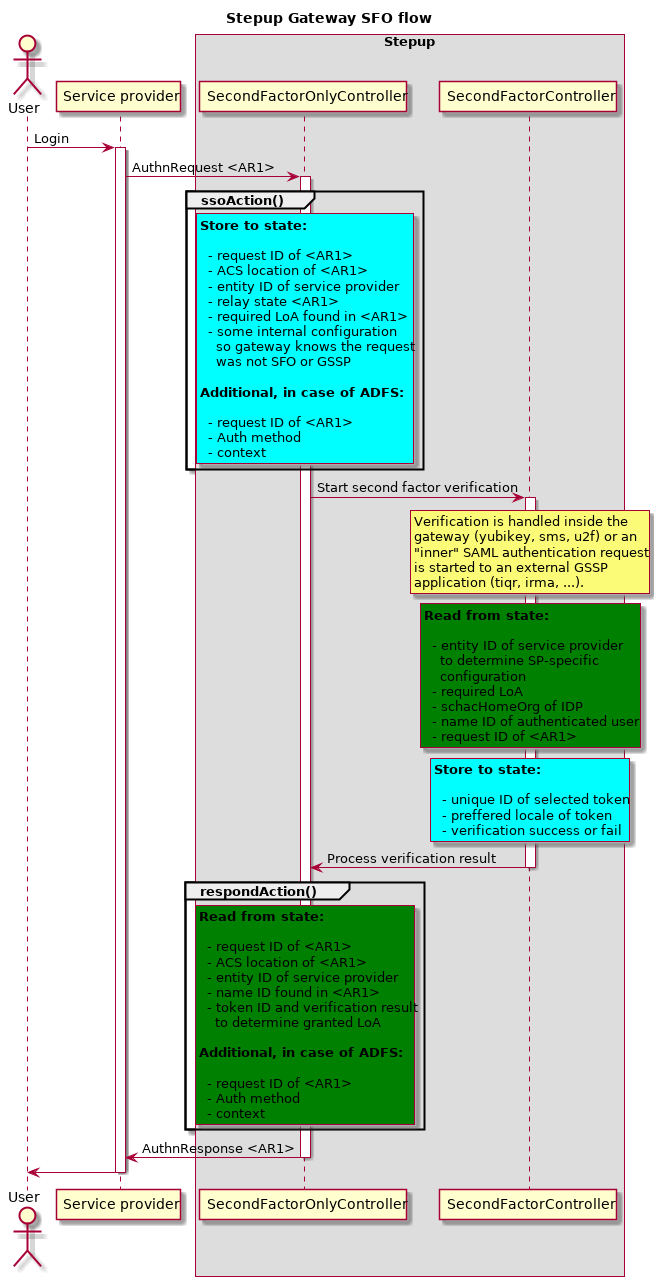
OpenConext/Stepup-Gateway keeps this PlantUML diagram as docs/diagrams/gateway-state-sfo-flow.png. Above is the earlier version.
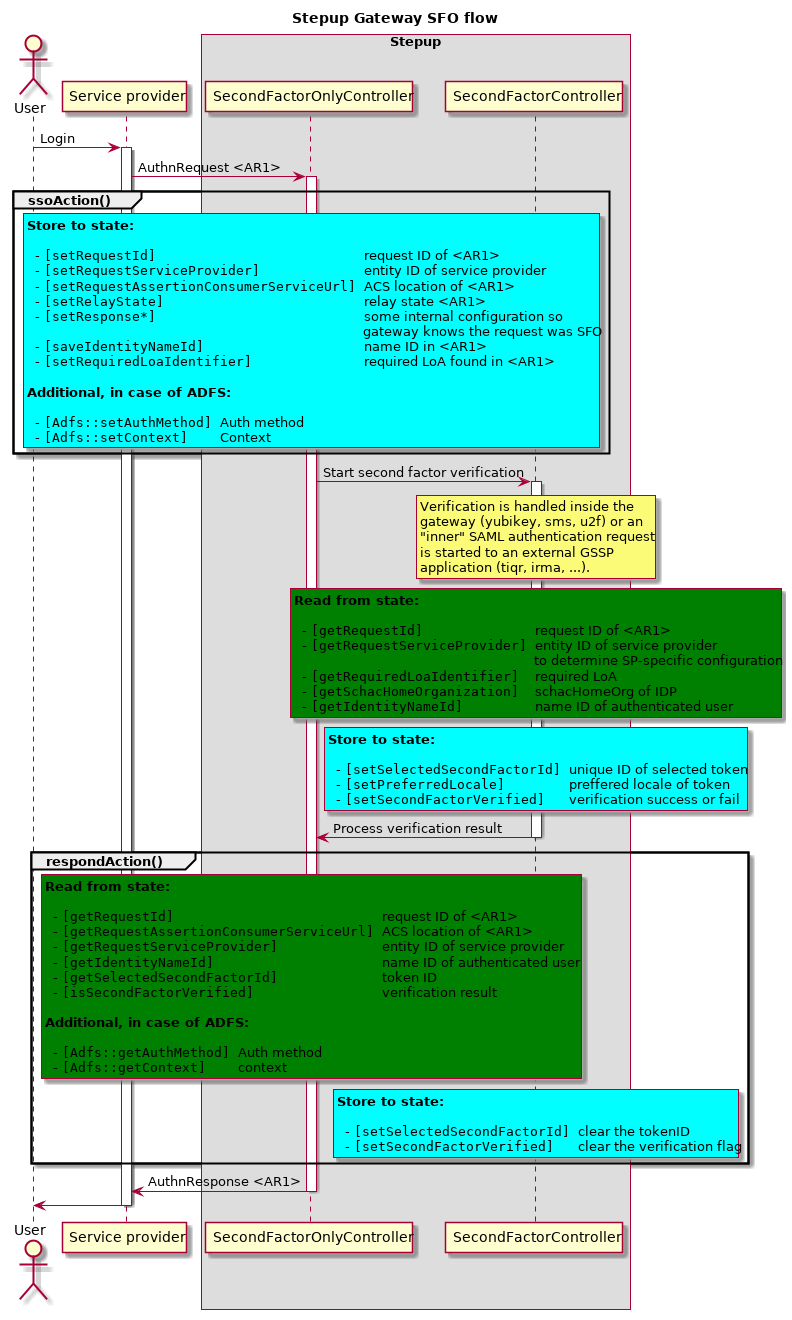
Later version of the same file.

Commit message:
Gateway state documentation update

What changed in the source:
```diff
@@ -19,20 +19,19 @@
             rnote over SFO #aqua
             **Store to state:**
 
-              - request ID of <AR1>
-              - ACS location of <AR1>
-              - entity ID of service provider
-              - relay state <AR1>
-              - required LoA found in <AR1>
-              - some internal configuration
-                so gateway knows the request
-                was not SFO or GSSP
+              - ""[setRequestId]                          ""request ID of <AR1>
+              - ""[setRequestServiceProvider]             ""entity ID of service provider
+              - ""[setRequestAssertionConsumerServiceUrl] ""ACS location of <AR1>
+              - ""[setRelayState]                         ""relay state <AR1>
+              - ""[setResponse*]                          ""some internal configuration so
+                ""                                        ""gateway knows the request was SFO
+              - ""[saveIdentityNameId]                    ""name ID in <AR1>
+              - ""[setRequiredLoaIdentifier]              ""required LoA found in <AR1>
 
             **Additional, in case of ADFS:**
 
-              - request ID of <AR1>
-              - Auth method
-              - context
+              - ""[Adfs::setAuthMethod] ""Auth method
+              - ""[Adfs::setContext]    ""Context
             end note
         end
 
@@ -46,24 +45,24 @@
             is started to an external GSSP
             application (tiqr, irma, ...).
             end note
+
             rnote over SF #green
             **Read from state:**
 
-              - entity ID of service provider
-                to determine SP-specific
-                configuration
-              - required LoA
-              - schacHomeOrg of IDP
-              - name ID of authenticated user
-              - request ID of <AR1>
+              - ""[getRequestId]              ""request ID of <AR1>
+              - ""[getRequestServiceProvider] ""entity ID of service provider
+                ""                            ""to determine SP-specific configuration
+              - ""[getRequiredLoaIdentifier]  ""required LoA
+              - ""[getSchacHomeOrganization]  ""schacHomeOrg of IDP
+              - ""[getIdentityNameId]         ""name ID of authenticated user
             end note
 
             rnote over SF #aqua
             **Store to state:**
 
-              - unique ID of selected token
-              - preffered locale of token
-              - verification success or fail
+              - ""[setSelectedSecondFactorId] ""unique ID of selected token
+              - ""[setPreferredLocale]        ""preffered locale of token
+              - ""[setSecondFactorVerified]   ""verification success or fail
             end note
 
             SF -> SFO: Process verification result
@@ -73,18 +72,24 @@
             rnote over SFO #green
             **Read from state:**
 
-              - request ID of <AR1>
-              - ACS location of <AR1>
-              - entity ID of service provider
-              - name ID found in <AR1>
-              - token ID and verification result
-                to determine granted LoA
+              - ""[getRequestId]                          ""request ID of <AR1>
+              - ""[getRequestAssertionConsumerServiceUrl] ""ACS location of <AR1>
+              - ""[getRequestServiceProvider]             ""entity ID of service provider
+              - ""[getIdentityNameId]                     ""name ID of authenticated user
+              - ""[getSelectedSecondFactorId]             ""token ID
+              - ""[isSecondFactorVerified]                ""verification result
 
             **Additional, in case of ADFS:**
 
-              - request ID of <AR1>
-              - Auth method
-              - context
+              - ""[Adfs::getAuthMethod] ""Auth method
+              - ""[Adfs::getContext]    ""context
+            end note
+
+            rnote over SF #aqua
+            **Store to state:**
+
+              - ""[setSelectedSecondFactorId] ""clear the tokenID
+              - ""[setSecondFactorVerified]   ""clear the verification flag
             end note
         end
 
```
